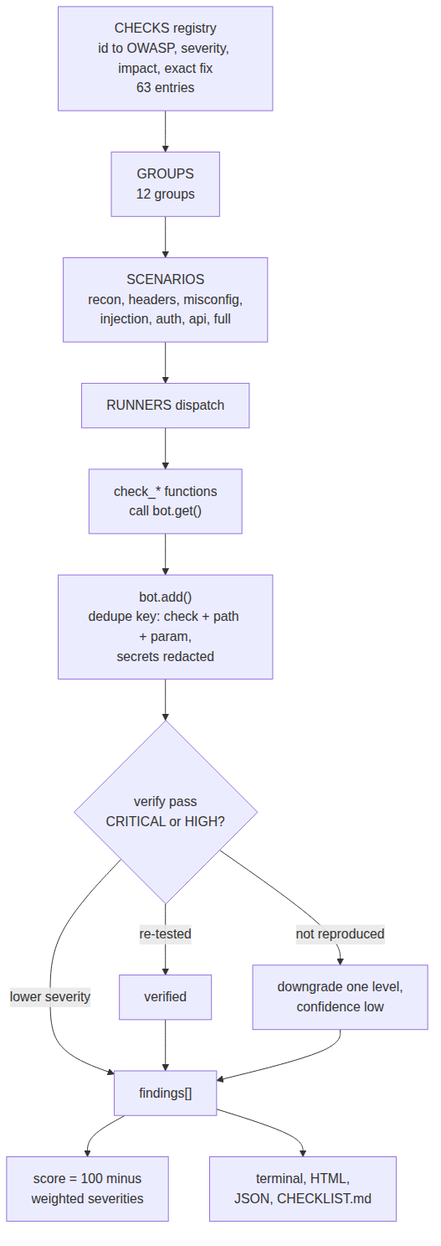
The Mermaid diagram docs/diagrams/04-check-engine.png in pixie-chan/redqueen, before a commit. Its source is kept beside it as docs/diagrams/04-check-engine.mmd.
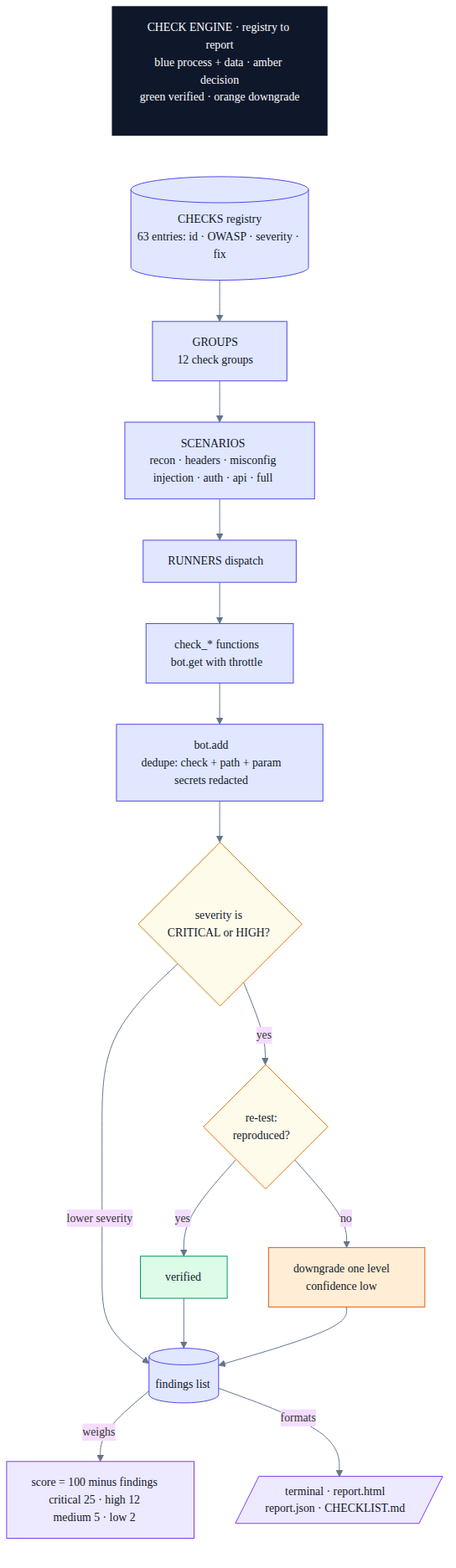
The same diagram one commit later.

What changed in the source:
```diff
@@ -1,14 +1,29 @@
+%%{init: {"theme":"base","themeVariables":{"fontFamily":"DejaVu Sans, Helvetica, sans-serif","fontSize":"14px","lineColor":"#64748b","clusterBkg":"#f8fafc","clusterBorder":"#cbd5e1"}}}%%
 flowchart TD
-    R["CHECKS registry<br/>id to OWASP, severity, impact, exact fix<br/>63 entries"] --> G["GROUPS<br/>12 groups"]
-    G --> SC["SCENARIOS<br/>recon, headers, misconfig,<br/>injection, auth, api, full"]
-    SC --> RN["RUNNERS dispatch"]
-    RN --> F1["check_* functions<br/>call bot.get()"]
-    F1 --> AD["bot.add()<br/>dedupe key: check + path + param,<br/>secrets redacted"]
-    AD --> VF{"verify pass<br/>CRITICAL or HIGH?"}
-    VF -- "re-tested" --> OK["verified"]
-    VF -- "not reproduced" --> DN["downgrade one level,<br/>confidence low"]
-    VF -- "lower severity" --> F2["findings[]"]
+    T["CHECK ENGINE · registry to report<br/>blue process + data · amber decision<br/>green verified · orange downgrade"]:::title ~~~ R[("CHECKS registry<br/>63 entries: id · OWASP · severity · fix")]:::engine
+    R --> G["GROUPS<br/>12 check groups"]:::engine
+    G --> SC["SCENARIOS<br/>recon · headers · misconfig<br/>injection · auth · api · full"]:::engine
+    SC --> RN["RUNNERS dispatch"]:::engine
+    RN --> F1["check_* functions<br/>bot.get with throttle"]:::engine
+    F1 --> AD["bot.add<br/>dedupe: check + path + param<br/>secrets redacted"]:::engine
+    AD --> V{"severity is<br/>CRITICAL or HIGH?"}:::gate
+    V -->|"lower severity"| F2[("findings list")]:::engine
+    V -->|yes| VER{"re-test:<br/>reproduced?"}:::gate
+    VER -->|yes| OK["verified"]:::good
+    VER -->|no| DN["downgrade one level<br/>confidence low"]:::warn
     OK --> F2
     DN --> F2
-    F2 --> SC2["score = 100 minus<br/>weighted severities"]
-    F2 --> O["terminal, HTML,<br/>JSON, CHECKLIST.md"]
+    F2 -->|weighs| SC2["score = 100 minus findings<br/>critical 25 · high 12<br/>medium 5 · low 2"]:::out
+    F2 -->|formats| O[/"terminal · report.html<br/>report.json · CHECKLIST.md"/]:::out
+
+    classDef title fill:#0f172a,stroke:#0f172a,color:#f8fafc
+    classDef cli fill:#e0f2fe,stroke:#0284c7,color:#0f172a
+    classDef engine fill:#e0e7ff,stroke:#4f46e5,color:#0f172a
+    classDef gate fill:#fffbeb,stroke:#d97706,color:#0f172a
+    classDef good fill:#dcfce7,stroke:#059669,color:#0f172a
+    classDef bad fill:#ffe4e6,stroke:#e11d48,color:#0f172a
+    classDef warn fill:#ffedd5,stroke:#ea580c,color:#0f172a
+    classDef out fill:#ede9fe,stroke:#7c3aed,color:#0f172a
+    classDef neutral fill:#f1f5f9,stroke:#64748b,color:#0f172a
+    classDef ext fill:#cffafe,stroke:#0891b2,color:#0f172a
+    classDef forbidden fill:#ffe4e6,stroke:#e11d48,color:#0f172a,stroke-dasharray:6 4
```
